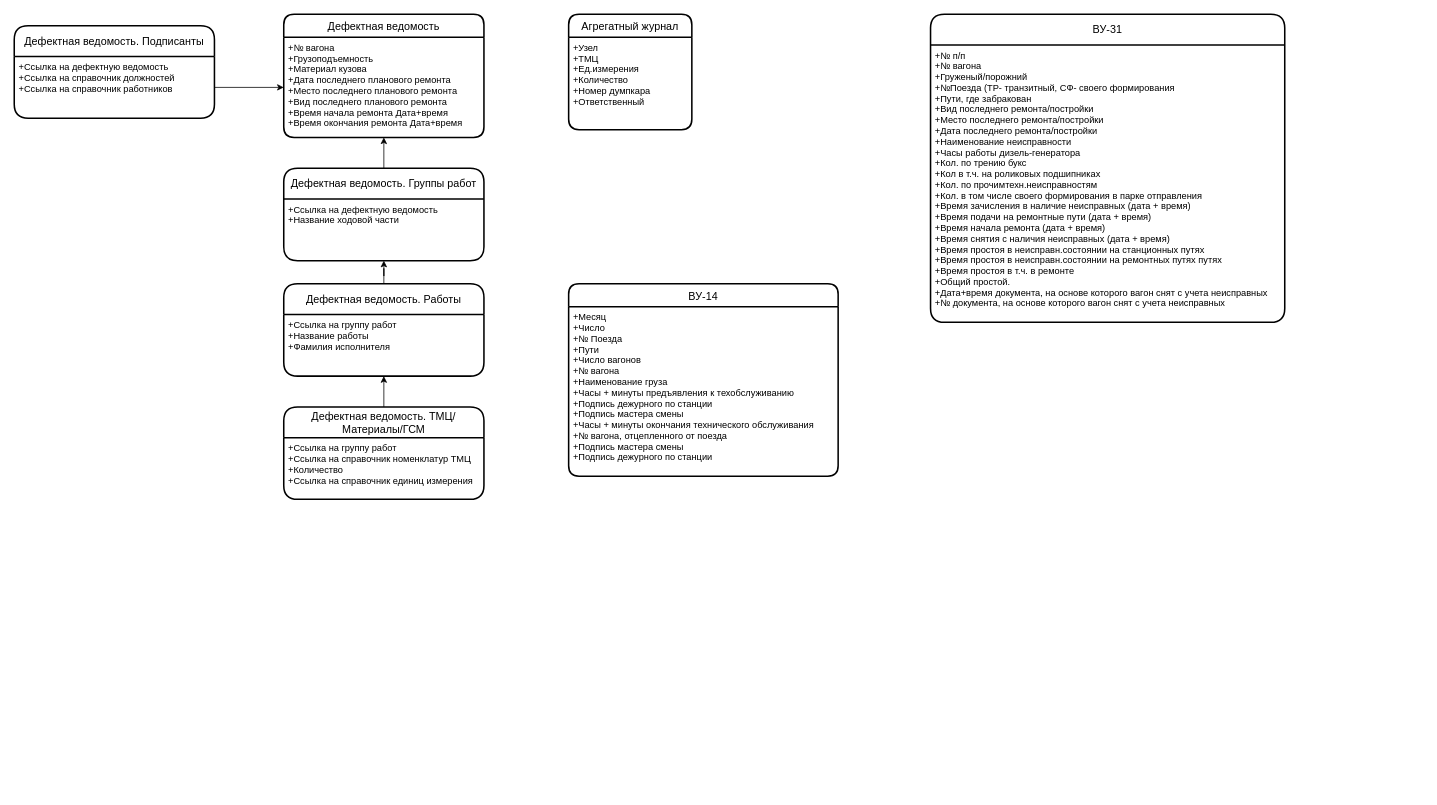
Above: Сущности. АГМК.drawio in tvolodi/abitech (draw.io), before the change. Source tidied: cells renumbered, new cells numbered last; positions are measured from the earlier drawing's top-left corner, leaving out a move shared by most shapes. Both pictures are drawn from the tidied source at 77%, with x=0, y=0 at pixel (14, 14).
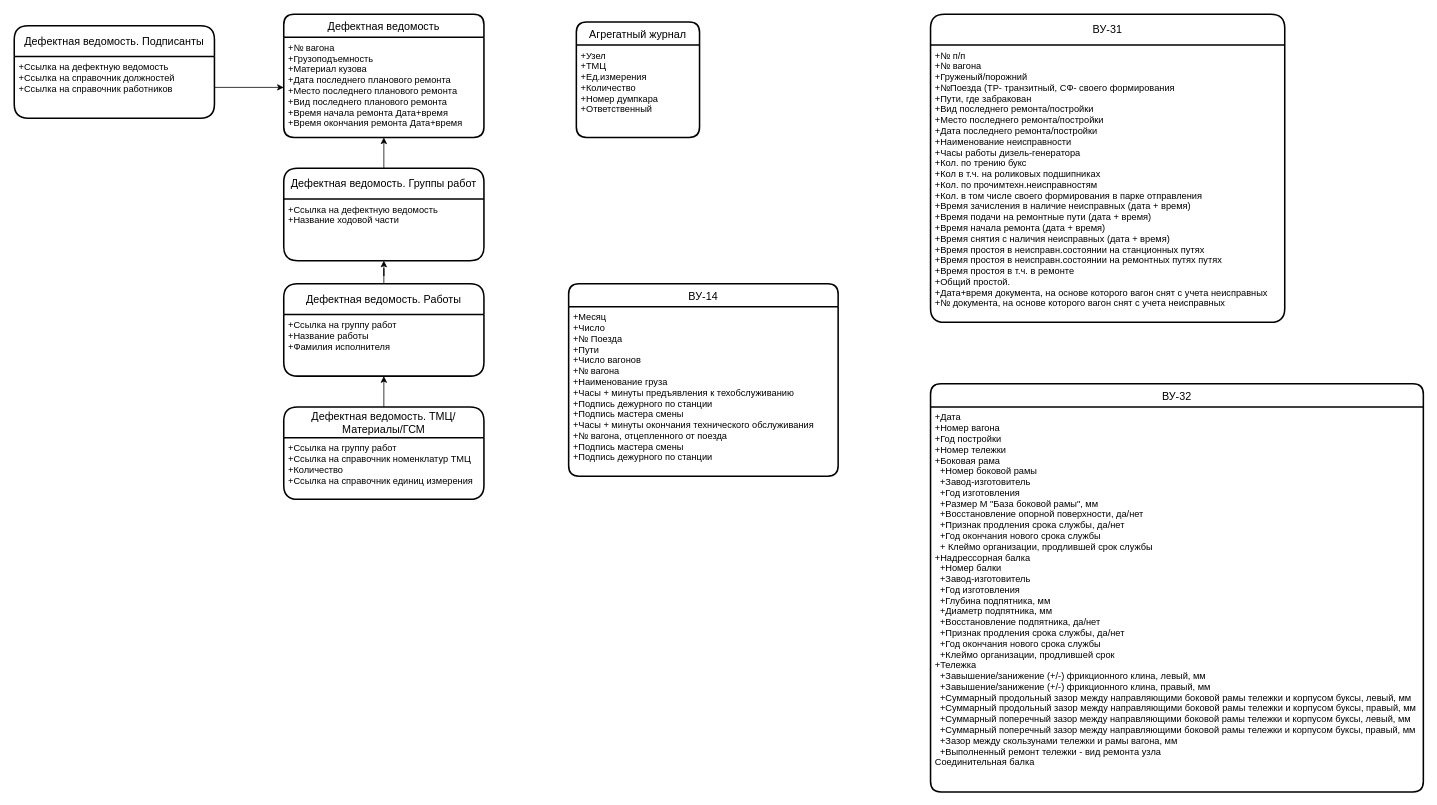
After the change.

What changed in the source:
```diff
@@
-    <mxCell id="2" value="Агрегатный журнал" style="swimlane;horizontal=1;startSize=30;rounded=1;fontSize=14;fontStyle=0;strokeWidth=2;shadow=0;dashed=0;align=center;" parent="1" vertex="1">
-      <mxGeometry x="720" width="160" height="150" as="geometry" />
+    <mxCell id="2" value="ВУ-32" style="swimlane;horizontal=1;startSize=30;rounded=1;fontSize=14;fontStyle=0;strokeWidth=2;shadow=0;dashed=0;align=center;" parent="1" vertex="1">
+      <mxGeometry x="1190" y="480" width="640" height="530" as="geometry" />
     </mxCell>
-    <mxCell id="3" value="+Узел&#10;+ТМЦ&#10;+Ед.измерения&#10;+Количество&#10;+Номер думпкара&#10;+Ответственный&#10;" style="align=left;strokeColor=none;fillColor=none;spacingLeft=4;fontSize=12;verticalAlign=top;" parent="2" vertex="1">
-      <mxGeometry y="30" width="160" height="120" as="geometry" />
+    <mxCell id="3" value="+Дата&#10;+Номер вагона&#10;+Год постройки&#10;+Номер тележки&#10;+Боковая рама&#10;  +Номер боковой рамы&#10;  +Завод-изготовитель&#10;  +Год изготовления&#10;  +Размер М &quot;База боковой рамы&quot;, мм&#10;  +Восстановление опорной поверхности, да/нет&#10;  +Признак продления срока службы, да/нет&#10;  +Год окончания нового срока службы&#10;  + Клеймо организации, продлившей срок службы&#10;+Надрессорная балка&#10;  +Номер балки&#10;  +Завод-изготовитель&#10;  +Год изготовления&#10;  +Глубина подпятника, мм&#10;  +Диаметр подпятника, мм&#10;  +Восстановление подпятника, да/нет&#10;  +Признак продления срока службы, да/нет&#10;  +Год окончания нового срока службы&#10;  +Клеймо организации, продлившей срок&#10;+Тележка&#10;  +Завышение/занижение (+/-) фрикционного клина, левый, мм&#10;  +Завышение/занижение (+/-) фрикционного клина, правый, мм&#10;  +Суммарный продольный зазор между направляющими боковой рамы тележки и корпусом буксы, левый, мм&#10;  +Суммарный продольный зазор между направляющими боковой рамы тележки и корпусом буксы, правый, мм&#10;  +Суммарный поперечный зазор между направляющими боковой рамы тележки и корпусом буксы, левый, мм&#10;  +Суммарный поперечный зазор между направляющими боковой рамы тележки и корпусом буксы, правый, мм&#10;  +Зазор между скользунами тележки и рамы вагона, мм&#10;  +Выполненный ремонт тележки - вид ремонта узла&#10;Соединительная балка&#10;&#10;&#10;" style="align=left;strokeColor=none;fillColor=none;spacingLeft=4;fontSize=12;verticalAlign=top;" parent="2" vertex="1">
+      <mxGeometry y="30" width="640" height="500" as="geometry" />
     </mxCell>
@@
+    <mxCell id="22" value="Агрегатный журнал" style="swimlane;horizontal=1;startSize=30;rounded=1;fontSize=14;fontStyle=0;strokeWidth=2;shadow=0;dashed=0;align=center;" parent="1" vertex="1">
+      <mxGeometry x="730" y="10" width="160" height="150" as="geometry" />
+    </mxCell>
+    <mxCell id="23" value="+Узел&#10;+ТМЦ&#10;+Ед.измерения&#10;+Количество&#10;+Номер думпкара&#10;+Ответственный&#10;" style="align=left;strokeColor=none;fillColor=none;spacingLeft=4;fontSize=12;verticalAlign=top;" parent="22" vertex="1">
+      <mxGeometry y="30" width="160" height="120" as="geometry" />
+    </mxCell>
```
